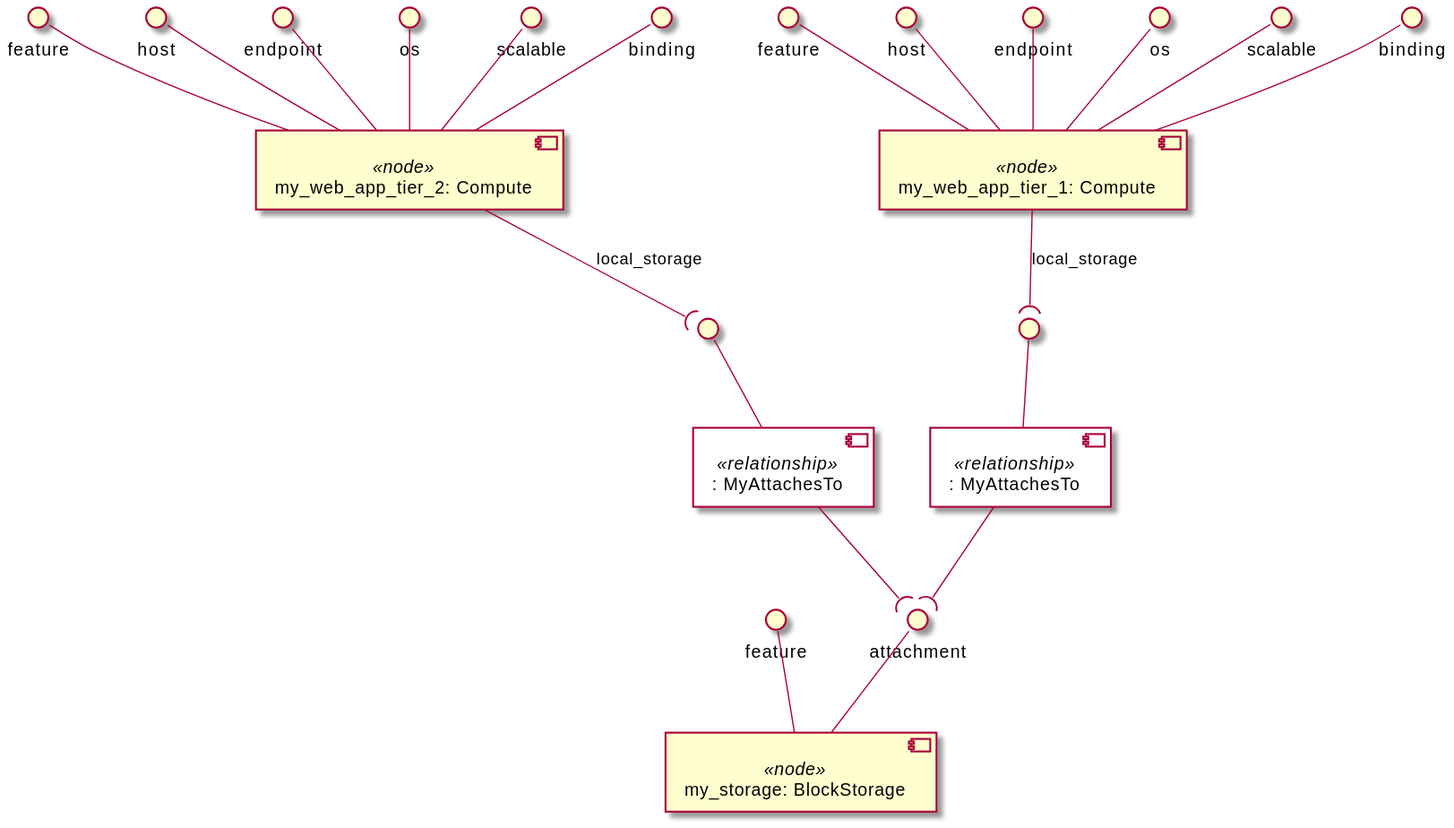
Before: examples/ariatosca/diagrams/uml2/block-storage-4-1.0-uml2-component-diagram2.svg, a diagram exported from PlantUML (Orange-OpenSource/Cloudnet-TOSCA-toolbox). The source it was exported from:
```plantuml
@startuml
skinparam componentStyle uml2
skinparam component {
  backgroundColor<<relationship>> White
}

component "my_web_app_tier_1: Compute" <<node>> as node_my_web_app_tier_1
interface "feature" as node_my_web_app_tier_1_feature
node_my_web_app_tier_1_feature -- node_my_web_app_tier_1
interface "host" as node_my_web_app_tier_1_host
node_my_web_app_tier_1_host -- node_my_web_app_tier_1
interface "endpoint" as node_my_web_app_tier_1_endpoint
node_my_web_app_tier_1_endpoint -- node_my_web_app_tier_1
interface "os" as node_my_web_app_tier_1_os
node_my_web_app_tier_1_os -- node_my_web_app_tier_1
interface "scalable" as node_my_web_app_tier_1_scalable
node_my_web_app_tier_1_scalable -- node_my_web_app_tier_1
interface "binding" as node_my_web_app_tier_1_binding
node_my_web_app_tier_1_binding -- node_my_web_app_tier_1
component ": MyAttachesTo" <<relationship>> as node_my_web_app_tier_1_local_storage_relationship0
interface " " as node_my_web_app_tier_1_local_storage_relationship0_source
node_my_web_app_tier_1_local_storage_relationship0_source -- node_my_web_app_tier_1_local_storage_relationship0
node_my_web_app_tier_1 --( node_my_web_app_tier_1_local_storage_relationship0_source : local_storage

component "my_web_app_tier_2: Compute" <<node>> as node_my_web_app_tier_2
interface "feature" as node_my_web_app_tier_2_feature
node_my_web_app_tier_2_feature -- node_my_web_app_tier_2
interface "host" as node_my_web_app_tier_2_host
node_my_web_app_tier_2_host -- node_my_web_app_tier_2
interface "endpoint" as node_my_web_app_tier_2_endpoint
node_my_web_app_tier_2_endpoint -- node_my_web_app_tier_2
interface "os" as node_my_web_app_tier_2_os
node_my_web_app_tier_2_os -- node_my_web_app_tier_2
interface "scalable" as node_my_web_app_tier_2_scalable
node_my_web_app_tier_2_scalable -- node_my_web_app_tier_2
interface "binding" as node_my_web_app_tier_2_binding
node_my_web_app_tier_2_binding -- node_my_web_app_tier_2
component ": MyAttachesTo" <<relationship>> as node_my_web_app_tier_2_local_storage_relationship0
interface " " as node_my_web_app_tier_2_local_storage_relationship0_source
node_my_web_app_tier_2_local_storage_relationship0_source -- node_my_web_app_tier_2_local_storage_relationship0
node_my_web_app_tier_2 --( node_my_web_app_tier_2_local_storage_relationship0_source : local_storage

component "my_storage: BlockStorage" <<node>> as node_my_storage
interface "feature" as node_my_storage_feature
node_my_storage_feature -- node_my_storage
interface "attachment" as node_my_storage_attachment
node_my_storage_attachment -- node_my_storage

node_my_web_app_tier_1_local_storage_relationship0 --( node_my_storage_attachment
node_my_web_app_tier_2_local_storage_relationship0 --( node_my_storage_attachment
@enduml
```
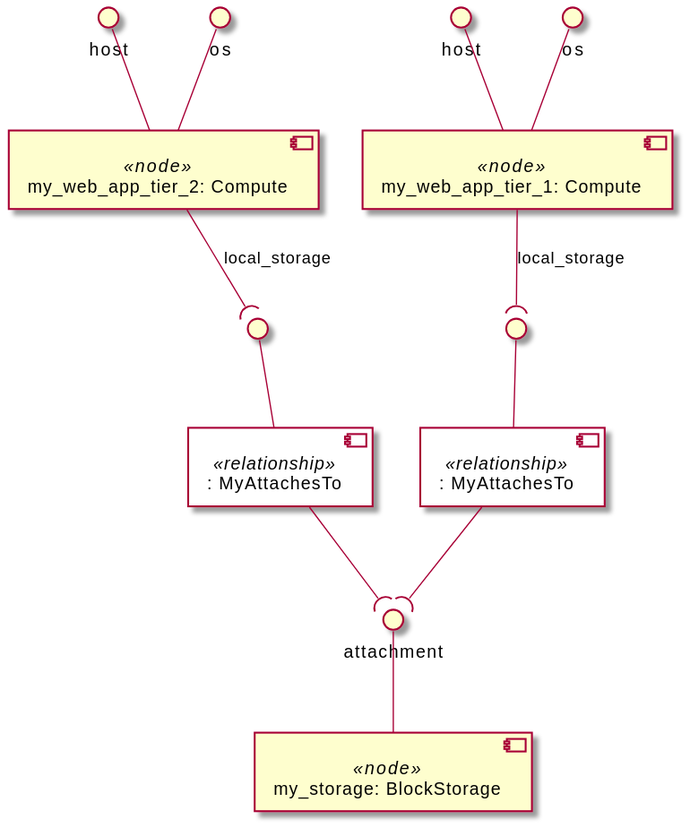
After the commit.

What changed in the source:
```diff
@@ -5,44 +5,26 @@
 }
 
 component "my_web_app_tier_1: Compute" <<node>> as node_my_web_app_tier_1
-interface "feature" as node_my_web_app_tier_1_feature
-node_my_web_app_tier_1_feature -- node_my_web_app_tier_1
 interface "host" as node_my_web_app_tier_1_host
 node_my_web_app_tier_1_host -- node_my_web_app_tier_1
-interface "endpoint" as node_my_web_app_tier_1_endpoint
-node_my_web_app_tier_1_endpoint -- node_my_web_app_tier_1
 interface "os" as node_my_web_app_tier_1_os
 node_my_web_app_tier_1_os -- node_my_web_app_tier_1
-interface "scalable" as node_my_web_app_tier_1_scalable
-node_my_web_app_tier_1_scalable -- node_my_web_app_tier_1
-interface "binding" as node_my_web_app_tier_1_binding
-node_my_web_app_tier_1_binding -- node_my_web_app_tier_1
 component ": MyAttachesTo" <<relationship>> as node_my_web_app_tier_1_local_storage_relationship0
 interface " " as node_my_web_app_tier_1_local_storage_relationship0_source
 node_my_web_app_tier_1_local_storage_relationship0_source -- node_my_web_app_tier_1_local_storage_relationship0
 node_my_web_app_tier_1 --( node_my_web_app_tier_1_local_storage_relationship0_source : local_storage
 
 component "my_web_app_tier_2: Compute" <<node>> as node_my_web_app_tier_2
-interface "feature" as node_my_web_app_tier_2_feature
-node_my_web_app_tier_2_feature -- node_my_web_app_tier_2
 interface "host" as node_my_web_app_tier_2_host
 node_my_web_app_tier_2_host -- node_my_web_app_tier_2
-interface "endpoint" as node_my_web_app_tier_2_endpoint
-node_my_web_app_tier_2_endpoint -- node_my_web_app_tier_2
 interface "os" as node_my_web_app_tier_2_os
 node_my_web_app_tier_2_os -- node_my_web_app_tier_2
-interface "scalable" as node_my_web_app_tier_2_scalable
-node_my_web_app_tier_2_scalable -- node_my_web_app_tier_2
-interface "binding" as node_my_web_app_tier_2_binding
-node_my_web_app_tier_2_binding -- node_my_web_app_tier_2
 component ": MyAttachesTo" <<relationship>> as node_my_web_app_tier_2_local_storage_relationship0
 interface " " as node_my_web_app_tier_2_local_storage_relationship0_source
 node_my_web_app_tier_2_local_storage_relationship0_source -- node_my_web_app_tier_2_local_storage_relationship0
 node_my_web_app_tier_2 --( node_my_web_app_tier_2_local_storage_relationship0_source : local_storage
 
 component "my_storage: BlockStorage" <<node>> as node_my_storage
-interface "feature" as node_my_storage_feature
-node_my_storage_feature -- node_my_storage
 interface "attachment" as node_my_storage_attachment
 node_my_storage_attachment -- node_my_storage
 
```
